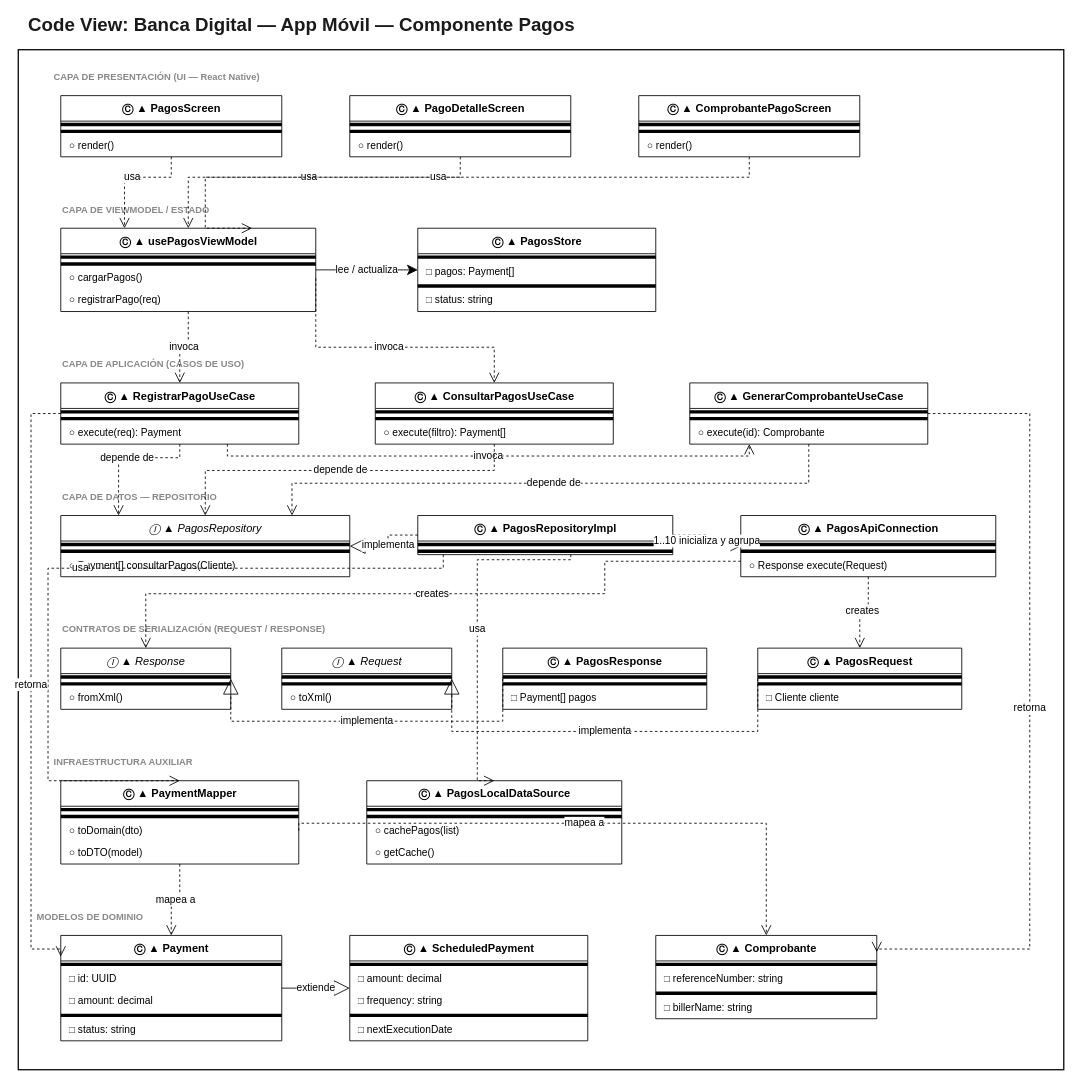
Earlier version of the draw.io diagram docs/diagrams/code/codigo_pagos(web).drawio (javer-ia-nos/documentacion). Source tidied: cells renumbered, new cells numbered last; positions are measured from the earlier drawing's top-left corner, leaving out a move shared by most shapes. Both pictures are drawn from the tidied source at 85%, with x=0, y=0 at pixel (18, 15).
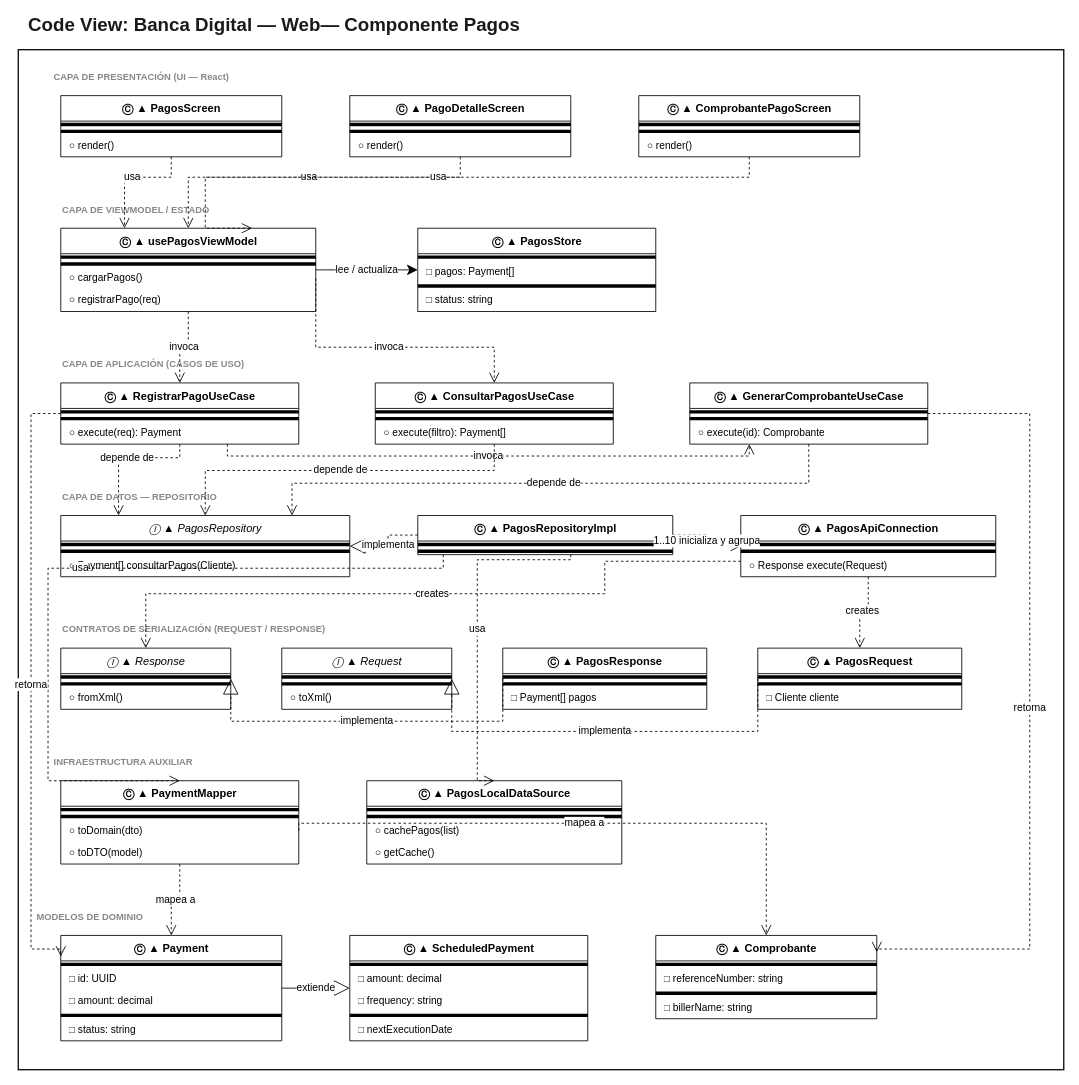
The same page after the edit.

Diff of the diagram source:
```diff
@@
-    <mxCell id="3" value="CAPA DE PRESENTACIÓN (UI — React Native)" style="text;html=1;align=left;verticalAlign=middle;fontSize=11;fontColor=#888888;fontStyle=1;" parent="1" vertex="1">
+    <mxCell id="3" value="CAPA DE PRESENTACIÓN (UI — React)" style="text;html=1;align=left;verticalAlign=middle;fontSize=11;fontColor=#888888;fontStyle=1;" parent="1" vertex="1">
       <mxGeometry x="40" y="60" width="500" height="24" as="geometry" />
     </mxCell>
@@
-    <mxCell id="98" value="Code View: Banca Digital — App Móvil — Componente Pagos" style="text;html=1;align=left;verticalAlign=middle;fontSize=22;fontColor=#1a1a1a;fontStyle=1;" parent="1" vertex="1">
+    <mxCell id="98" value="Code View: Banca Digital — Web— Componente Pagos" style="text;html=1;align=left;verticalAlign=middle;fontSize=22;fontColor=#1a1a1a;fontStyle=1;" parent="1" vertex="1">
       <mxGeometry x="10" width="1100" height="24" as="geometry" />
     </mxCell>
```
